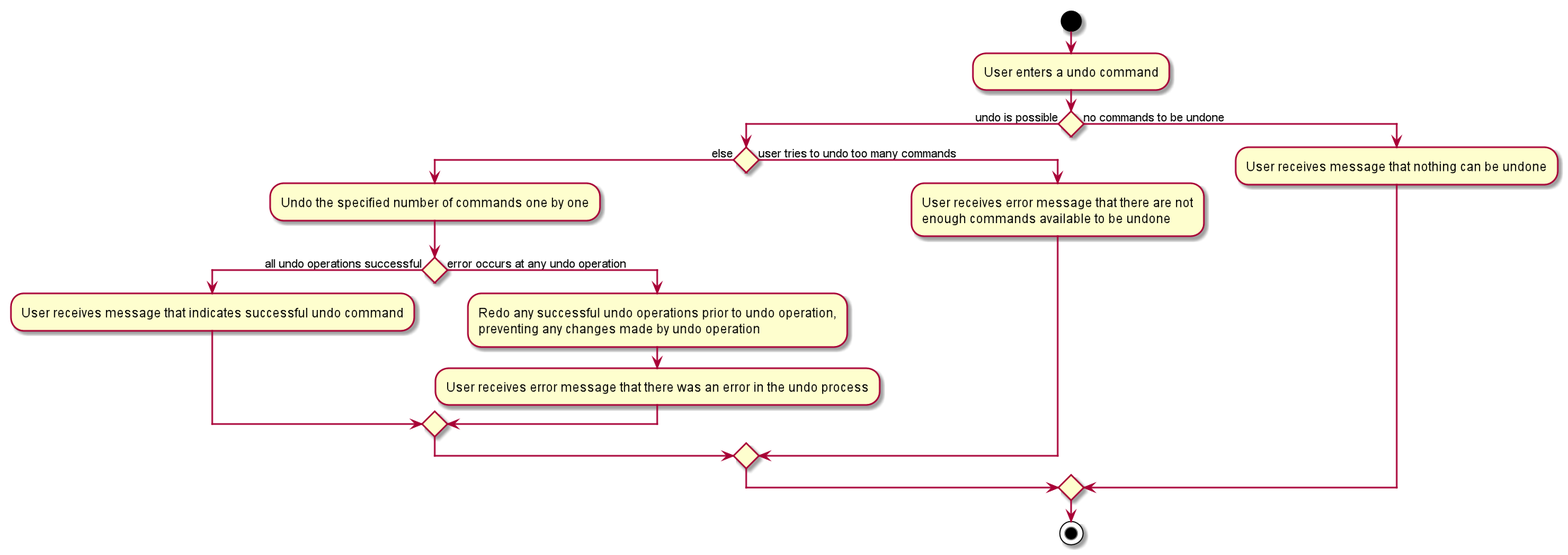
The PlantUML diagram docs/images/UndoCommandActivityDiagram.png in nus-cs2103-AY1920S1/addressbook-level3, before a commit. Its diagram source:
```plantuml
@startuml

start
:User enters a undo command;
if () then (undo is possible)
    if () then (else)
        :Undo the specified number of commands one by one;
        if () then (all undo operations successful)
            :User receives message that indicates successful undo command;
        else (error occurs at any undo operation)
            :Redo any successful undo operations prior to undo operation,
            preventing any changes made by undo operation;
            :User receives error message that there was an error in the undo process;
        endif
    else (user tries to undo too many commands)
        :User receives error message that there are not
        enough commands available to be undone;
    endif
else (no commands to be undone)
    :User receives message that nothing can be undone;
endif
stop

@enduml
```
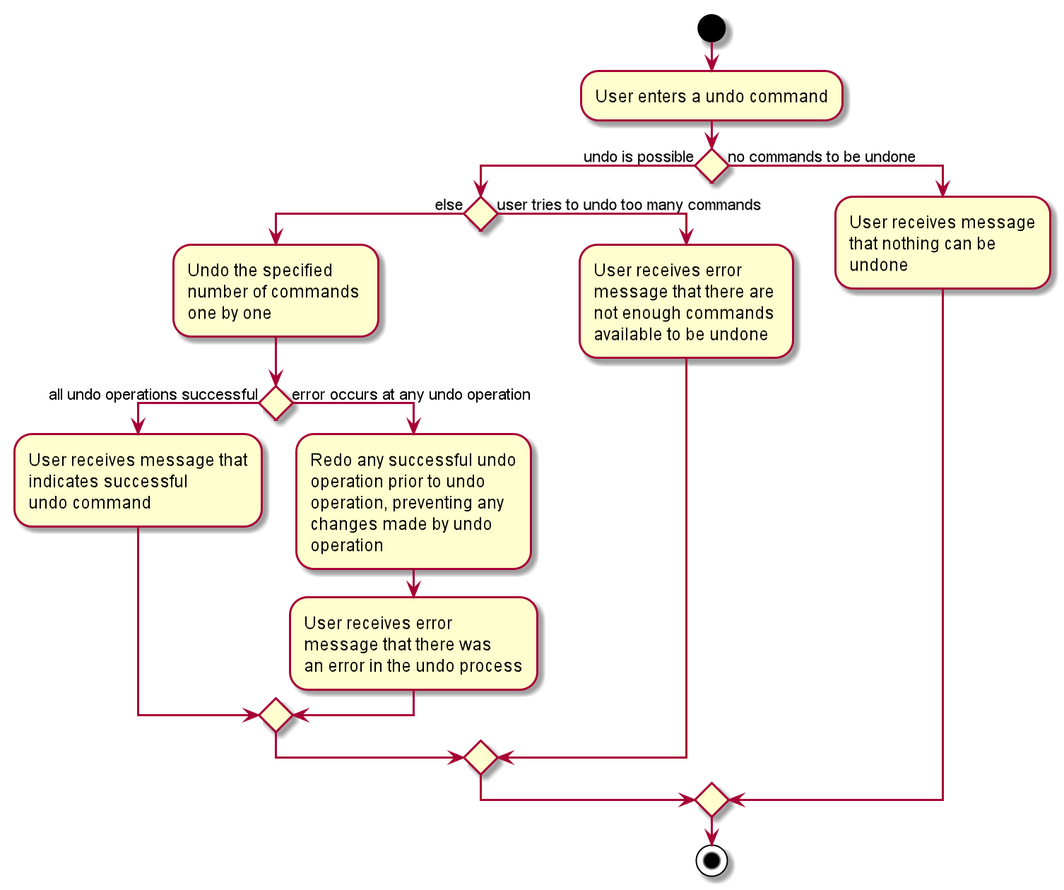
After the change.

Commit message:
update activity diagram

The edit, as a diff of the source:
```diff
@@ -4,20 +4,29 @@
 :User enters a undo command;
 if () then (undo is possible)
     if () then (else)
-        :Undo the specified number of commands one by one;
+        :Undo the specified
+        number of commands
+        one by one;
         if () then (all undo operations successful)
-            :User receives message that indicates successful undo command;
+            :User receives message that\nindicates successful\nundo command;
         else (error occurs at any undo operation)
-            :Redo any successful undo operations prior to undo operation,
-            preventing any changes made by undo operation;
-            :User receives error message that there was an error in the undo process;
+            :Redo any successful undo
+            operation prior to undo
+            operation, preventing any
+            changes made by undo
+            operation;
+            :User receives error\nmessage that there was\nan error in the undo process;
         endif
     else (user tries to undo too many commands)
-        :User receives error message that there are not
-        enough commands available to be undone;
+        :User receives error
+        message that there are
+        not enough commands
+        available to be undone;
     endif
 else (no commands to be undone)
-    :User receives message that nothing can be undone;
+    :User receives message
+    that nothing can be
+    undone;
 endif
 stop
 
```
